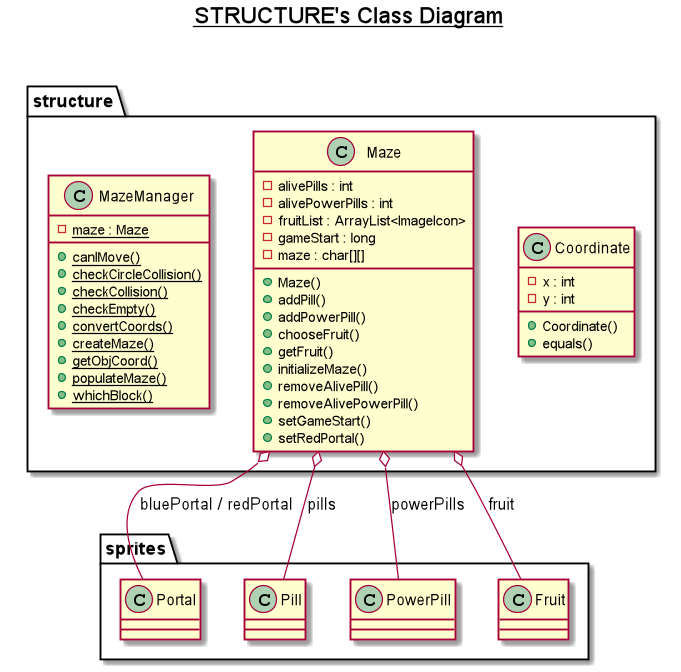
frnocentini/jpacman keeps this PlantUML diagram as UMLs/structure.png. Above is the earlier version. Its diagram source:
```plantuml
@startuml

title __STRUCTURE's Class Diagram__\n

  namespace structure {
      class structure.Coordinate {
          - x : int
          - y : int
          + Coordinate()
          + equals()
      }
      class structure.Maze {
          - alivePills : int
          - alivePowerPills : int
          - fruitList : ArrayList<ImageIcon>
          - gameStart : long
          - maze : char[][]
          + Maze()
          + addPill()
          + addPowerPill()
          + chooseFruit()
          + getFruit()
          + initializeMaze()
          + removeAlivePill()
          + removeAlivePowerPill()
          + setGameStart()
          + setRedPortal()
      }
      class structure.MazeManager {
          {static} - maze : Maze
          {static} + canIMove()
          {static} + checkCircleCollision()
          {static} + checkCollision()
          {static} + checkEmpty()
          {static} + convertCoords()
          {static} + createMaze()
          {static} + getObjCoord()
          {static} + populateMaze()
          {static} + whichBlock()
      }
    }


  structure.Maze o-- sprites.Portal : bluePortal / redPortal
  structure.Maze o-- sprites.Pill : pills
  structure.Maze o-- sprites.PowerPill : powerPills
  structure.Maze o-- sprites.Fruit : fruit



@enduml
```
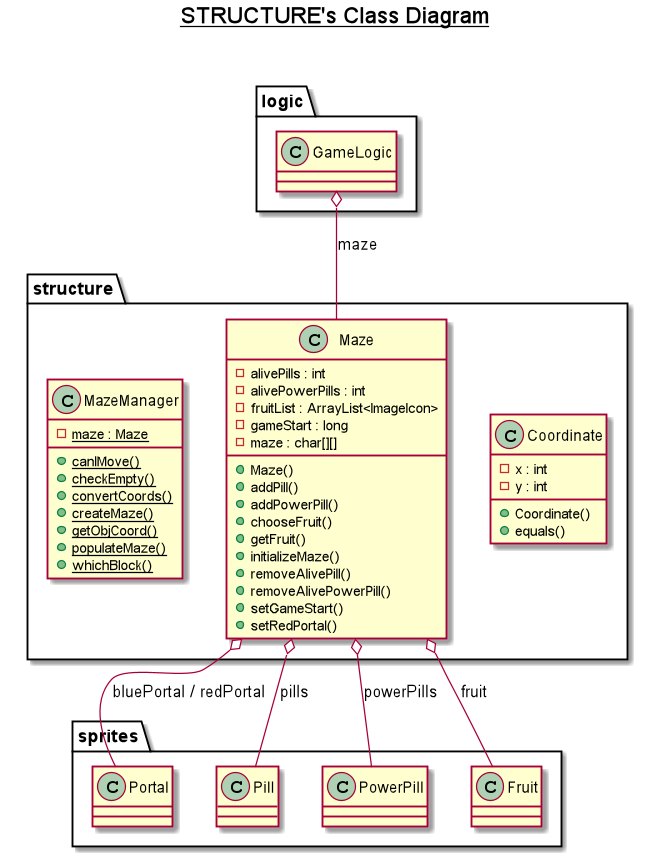
Above is the later version.

The edit, as a diff of the source:
```diff
@@ -29,8 +29,6 @@
       class structure.MazeManager {
           {static} - maze : Maze
           {static} + canIMove()
-          {static} + checkCircleCollision()
-          {static} + checkCollision()
           {static} + checkEmpty()
           {static} + convertCoords()
           {static} + createMaze()
@@ -45,7 +43,7 @@
   structure.Maze o-- sprites.Pill : pills
   structure.Maze o-- sprites.PowerPill : powerPills
   structure.Maze o-- sprites.Fruit : fruit
-
+  logic.GameLogic o-- structure.Maze : maze
 
 
 @enduml
```
